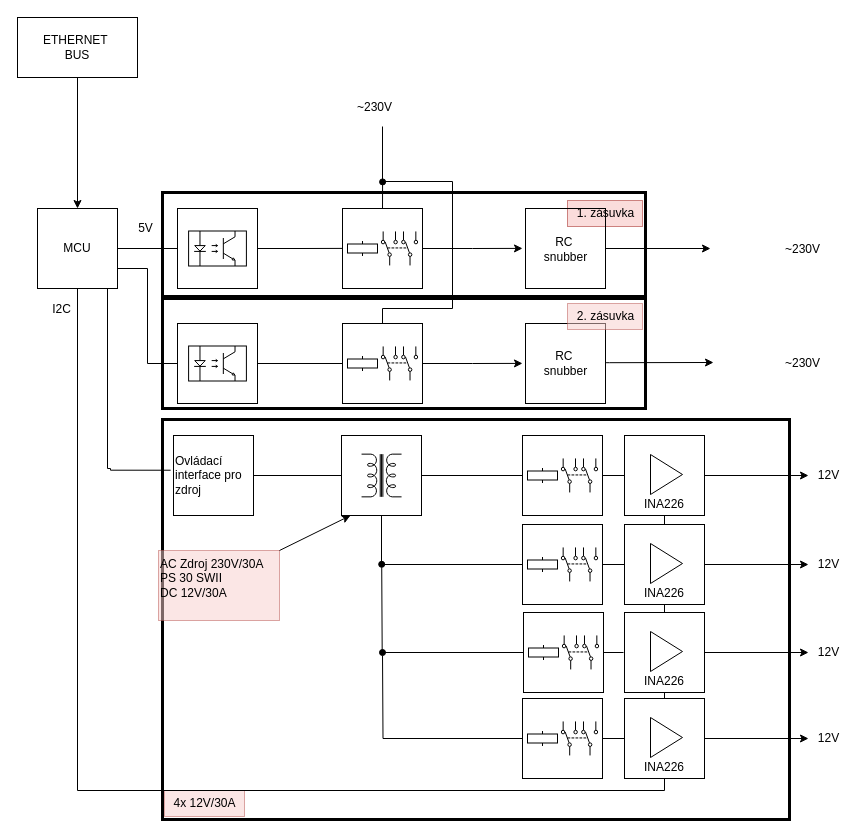
Above: blokove_schema.drawio in AdminTextilka/Bakalarka (draw.io), before the change. Source tidied: cells renumbered, new cells numbered last; positions are measured from the earlier drawing's top-left corner, leaving out a move shared by most shapes. Both pictures are drawn from the tidied source at 100%, with x=0, y=0 at pixel (17, 17).
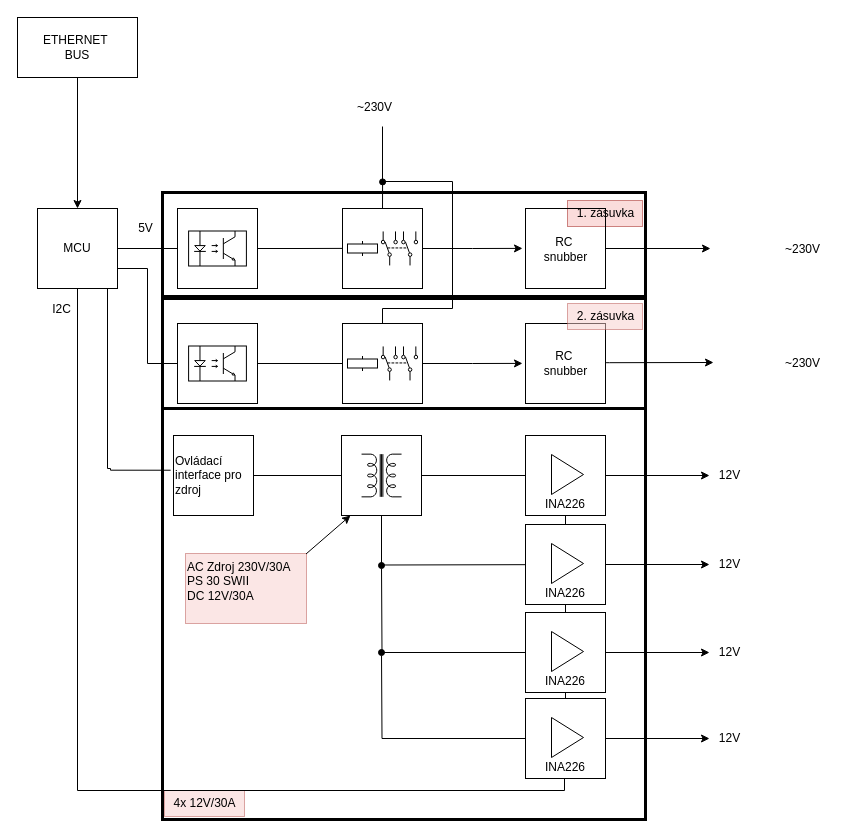
The same diagram, later.

Commit message:
odstranění DC rele

The change refers to these unchanged cells:
```xml
<mxCell id="13" value="MCU" style="whiteSpace=wrap;html=1;" parent="1" vertex="1">
  <mxGeometry x="20" y="191" width="80" height="80" as="geometry" />
</mxCell>
<mxCell id="45" style="whiteSpace=wrap;html=1;" parent="44" vertex="1">
  <mxGeometry width="80" height="80" as="geometry" />
</mxCell>
```

Diff of the diagram source:
```diff
@@
     <mxCell id="31" value="12V" style="text;html=1;align=center;verticalAlign=middle;points=[];strokeColor=none;fillColor=none;" parent="1" vertex="1">
-      <mxGeometry x="791" y="443" width="40" height="30" as="geometry" />
+      <mxGeometry x="692" y="443" width="40" height="30" as="geometry" />
     </mxCell>
@@
     <mxCell id="43" style="rounded=0;whiteSpace=wrap;html=1;fillColor=none;strokeWidth=3;" parent="1" vertex="1">
-      <mxGeometry x="145" y="402" width="627" height="400" as="geometry" />
+      <mxGeometry x="145" y="391" width="483" height="411" as="geometry" />
     </mxCell>
@@
-    <mxCell id="47" style="group;" parent="1" vertex="1">
-      <mxGeometry x="505" y="418" width="80" height="80" as="geometry" />
-    </mxCell>
-    <mxCell id="48" style="whiteSpace=wrap;html=1;" parent="47" vertex="1">
-      <mxGeometry width="80" height="80" as="geometry" />
-    </mxCell>
-    <mxCell id="49" style="verticalLabelPosition=bottom;shadow=0;dashed=0;align=center;html=1;verticalAlign=top;shape=mxgraph.electrical.electro-mechanical.dpdt3;elSwitchState=1;rotation=-90;" parent="47" vertex="1">
-      <mxGeometry x="40" y="21.8" width="34" height="36.3" as="geometry" />
-    </mxCell>
-    <mxCell id="50" style="verticalLabelPosition=bottom;shadow=0;dashed=0;align=center;html=1;verticalAlign=top;shape=mxgraph.electrical.electro-mechanical.relay_coil;" parent="47" vertex="1">
-      <mxGeometry x="5" y="32.5" width="30" height="15" as="geometry" />
-    </mxCell>
-    <mxCell id="51" style="group;" parent="1" vertex="1">
-      <mxGeometry x="505" y="507" width="80" height="80" as="geometry" />
-    </mxCell>
-    <mxCell id="52" style="whiteSpace=wrap;html=1;" parent="51" vertex="1">
-      <mxGeometry width="80" height="80" as="geometry" />
-    </mxCell>
-    <mxCell id="53" style="verticalLabelPosition=bottom;shadow=0;dashed=0;align=center;html=1;verticalAlign=top;shape=mxgraph.electrical.electro-mechanical.dpdt3;elSwitchState=1;rotation=-90;" parent="51" vertex="1">
-      <mxGeometry x="40" y="21.8" width="34" height="36.3" as="geometry" />
-    </mxCell>
-    <mxCell id="54" style="verticalLabelPosition=bottom;shadow=0;dashed=0;align=center;html=1;verticalAlign=top;shape=mxgraph.electrical.electro-mechanical.relay_coil;" parent="51" vertex="1">
-      <mxGeometry x="5" y="32.5" width="30" height="15" as="geometry" />
-    </mxCell>
-    <mxCell id="55" style="group;" parent="1" vertex="1">
-      <mxGeometry x="506" y="595" width="80" height="80" as="geometry" />
-    </mxCell>
-    <mxCell id="56" style="edgeStyle=orthogonalEdgeStyle;rounded=0;jettySize=auto;html=1;endArrow=oval;endFill=1;" parent="55" edge="1" source="58">
-      <mxGeometry relative="1" as="geometry">
-        <mxPoint x="-141.8" y="-48.2" as="targetPoint" />
-      </mxGeometry>
-    </mxCell>
-    <mxCell id="57" style="edgeStyle=orthogonalEdgeStyle;rounded=0;jettySize=auto;html=1;endArrow=none;endFill=0;" parent="55" edge="1" source="58">
-      <mxGeometry relative="1" as="geometry">
-        <mxPoint x="100.4" y="40" as="targetPoint" />
-      </mxGeometry>
-    </mxCell>
-    <mxCell id="58" style="whiteSpace=wrap;html=1;" parent="55" vertex="1">
-      <mxGeometry width="80" height="80" as="geometry" />
-    </mxCell>
-    <mxCell id="59" style="verticalLabelPosition=bottom;shadow=0;dashed=0;align=center;html=1;verticalAlign=top;shape=mxgraph.electrical.electro-mechanical.dpdt3;elSwitchState=1;rotation=-90;" parent="55" vertex="1">
-      <mxGeometry x="40" y="21.8" width="34" height="36.3" as="geometry" />
-    </mxCell>
-    <mxCell id="60" style="verticalLabelPosition=bottom;shadow=0;dashed=0;align=center;html=1;verticalAlign=top;shape=mxgraph.electrical.electro-mechanical.relay_coil;" parent="55" vertex="1">
-      <mxGeometry x="5" y="32.5" width="30" height="15" as="geometry" />
-    </mxCell>
-    <mxCell id="61" style="group;" parent="1" vertex="1">
-      <mxGeometry x="505" y="681" width="80" height="80" as="geometry" />
-    </mxCell>
-    <mxCell id="62" style="edgeStyle=orthogonalEdgeStyle;rounded=0;jettySize=auto;html=1;endArrow=oval;endFill=1;" parent="61" edge="1" source="63">
-      <mxGeometry relative="1" as="geometry">
-        <mxPoint x="-140" y="-46" as="targetPoint" />
-      </mxGeometry>
-    </mxCell>
-    <mxCell id="63" style="whiteSpace=wrap;html=1;" parent="61" vertex="1">
-      <mxGeometry width="80" height="80" as="geometry" />
-    </mxCell>
-    <mxCell id="64" style="verticalLabelPosition=bottom;shadow=0;dashed=0;align=center;html=1;verticalAlign=top;shape=mxgraph.electrical.electro-mechanical.dpdt3;elSwitchState=1;rotation=-90;" parent="61" vertex="1">
-      <mxGeometry x="40" y="21.8" width="34" height="36.3" as="geometry" />
-    </mxCell>
-    <mxCell id="65" style="verticalLabelPosition=bottom;shadow=0;dashed=0;align=center;html=1;verticalAlign=top;shape=mxgraph.electrical.electro-mechanical.relay_coil;" parent="61" vertex="1">
-      <mxGeometry x="5" y="32.5" width="30" height="15" as="geometry" />
-    </mxCell>
     <mxCell id="66" value="12V" style="text;html=1;align=center;verticalAlign=middle;points=[];strokeColor=none;fillColor=none;" parent="1" vertex="1">
-      <mxGeometry x="791" y="532" width="40" height="30" as="geometry" />
+      <mxGeometry x="692" y="532" width="40" height="30" as="geometry" />
     </mxCell>
     <mxCell id="67" value="12V" style="text;html=1;align=center;verticalAlign=middle;points=[];strokeColor=none;fillColor=none;" parent="1" vertex="1">
-      <mxGeometry x="791" y="620" width="40" height="30" as="geometry" />
+      <mxGeometry x="692" y="620" width="40" height="30" as="geometry" />
     </mxCell>
     <mxCell id="68" value="12V" style="text;html=1;align=center;verticalAlign=middle;points=[];strokeColor=none;fillColor=none;" parent="1" vertex="1">
-      <mxGeometry x="791" y="706" width="40" height="30" as="geometry" />
+      <mxGeometry x="692" y="706" width="40" height="30" as="geometry" />
     </mxCell>
@@
     <mxCell id="71" value="AC Zdroj 230V/30A&lt;br&gt;PS 30 SWII&lt;br&gt;DC 12V&lt;span style=&quot;background-color: initial;&quot;&gt;/30A&lt;/span&gt;&lt;div&gt;&lt;div&gt;&lt;br&gt;&lt;/div&gt;&lt;/div&gt;" style="text;html=1;align=left;verticalAlign=middle;points=[];strokeColor=#b85450;fillColor=#f8cecc;opacity=50;" parent="1" vertex="1">
-      <mxGeometry x="141" y="533" width="121" height="70" as="geometry" />
+      <mxGeometry x="168" y="536" width="121" height="70" as="geometry" />
     </mxCell>
-    <mxCell id="72" style="endArrow=classic;html=1;rounded=0;" parent="1" edge="1">
+    <mxCell id="72" style="endArrow=classic;html=1;rounded=0;exitX=0.996;exitY=0.007;exitDx=0;exitDy=0;exitPerimeter=0;" parent="1" edge="1" source="71">
       <mxGeometry relative="1" as="geometry">
-        <mxPoint x="262" y="533" as="sourcePoint" />
         <mxPoint x="333" y="498" as="targetPoint" />
       </mxGeometry>
     </mxCell>
@@
-    <mxCell id="75" style="edgeStyle=orthogonalEdgeStyle;rounded=0;jettySize=auto;html=1;endArrow=none;endFill=0;entryX=0;entryY=0.5;entryDx=0;entryDy=0;" parent="1" edge="1" source="45" target="48">
-      <mxGeometry relative="1" as="geometry" />
+    <mxCell id="75" style="edgeStyle=orthogonalEdgeStyle;rounded=0;jettySize=auto;html=1;endArrow=none;endFill=0;" parent="1" edge="1" source="45">
+      <mxGeometry relative="1" as="geometry">
+        <mxPoint x="587" y="458" as="targetPoint" />
+      </mxGeometry>
     </mxCell>
-    <mxCell id="76" style="edgeStyle=orthogonalEdgeStyle;rounded=0;jettySize=auto;html=1;entryX=0.5;entryY=1;entryDx=0;entryDy=0;endArrow=none;endFill=0;" parent="1" edge="1" source="52" target="45">
-      <mxGeometry relative="1" as="geometry" />
+    <mxCell id="76" style="edgeStyle=orthogonalEdgeStyle;rounded=0;jettySize=auto;html=1;entryX=0.5;entryY=1;entryDx=0;entryDy=0;endArrow=none;endFill=0;" parent="1" edge="1" target="45">
+      <mxGeometry relative="1" as="geometry">
+        <mxPoint x="586" y="547" as="sourcePoint" />
+      </mxGeometry>
     </mxCell>
@@
     <mxCell id="79" value="&lt;br&gt;&lt;br&gt;&lt;br&gt;&lt;br&gt;INA226" style="whiteSpace=wrap;html=1;" parent="1" vertex="1">
-      <mxGeometry x="607" y="418" width="80" height="80" as="geometry" />
+      <mxGeometry x="508" y="418" width="80" height="80" as="geometry" />
     </mxCell>
     <mxCell id="80" style="triangle;whiteSpace=wrap;html=1;" parent="1" vertex="1">
-      <mxGeometry x="633" y="437" width="32" height="40" as="geometry" />
+      <mxGeometry x="534" y="437" width="32" height="40" as="geometry" />
     </mxCell>
@@
     <mxCell id="83" value="&lt;br&gt;&lt;br&gt;&lt;br&gt;&lt;br&gt;INA226" style="whiteSpace=wrap;html=1;" parent="1" vertex="1">
-      <mxGeometry x="607" y="507" width="80" height="80" as="geometry" />
+      <mxGeometry x="508" y="507" width="80" height="80" as="geometry" />
     </mxCell>
     <mxCell id="84" style="triangle;whiteSpace=wrap;html=1;" parent="1" vertex="1">
-      <mxGeometry x="633" y="526" width="32" height="40" as="geometry" />
+      <mxGeometry x="534" y="526" width="32" height="40" as="geometry" />
     </mxCell>
@@
+    <mxCell id="96" style="edgeStyle=orthogonalEdgeStyle;rounded=0;jettySize=auto;html=1;endArrow=oval;endFill=1;" parent="1" edge="1" source="87">
+      <mxGeometry relative="1" as="geometry">
+        <mxPoint x="364" y="548" as="targetPoint" />
+      </mxGeometry>
+    </mxCell>
     <mxCell id="87" value="&lt;br&gt;&lt;br&gt;&lt;br&gt;&lt;br&gt;INA226" style="whiteSpace=wrap;html=1;" parent="1" vertex="1">
-      <mxGeometry x="607" y="595" width="80" height="80" as="geometry" />
+      <mxGeometry x="508" y="595" width="80" height="80" as="geometry" />
     </mxCell>
     <mxCell id="88" style="triangle;whiteSpace=wrap;html=1;" parent="1" vertex="1">
-      <mxGeometry x="633" y="614" width="32" height="40" as="geometry" />
+      <mxGeometry x="534" y="614" width="32" height="40" as="geometry" />
     </mxCell>
     <mxCell id="89" style="edgeStyle=orthogonalEdgeStyle;rounded=0;jettySize=auto;html=1;entryX=0.5;entryY=1;entryDx=0;entryDy=0;endArrow=none;endFill=0;exitX=0.5;exitY=1;exitDx=0;exitDy=0;" parent="1" edge="1" source="91" target="13">
       <mxGeometry relative="1" as="geometry">
         <Array as="points">
-          <mxPoint x="647" y="773" />
+          <mxPoint x="547" y="761" />
+          <mxPoint x="547" y="773" />
           <mxPoint x="60" y="773" />
         </Array>
       </mxGeometry>
     </mxCell>
@@
+    <mxCell id="97" style="edgeStyle=orthogonalEdgeStyle;rounded=0;jettySize=auto;html=1;endArrow=oval;endFill=1;" parent="1" edge="1" source="91">
+      <mxGeometry relative="1" as="geometry">
+        <mxPoint x="364" y="635" as="targetPoint" />
+      </mxGeometry>
+    </mxCell>
     <mxCell id="91" value="&lt;br&gt;&lt;br&gt;&lt;br&gt;&lt;br&gt;INA226" style="whiteSpace=wrap;html=1;" parent="1" vertex="1">
-      <mxGeometry x="607" y="681" width="80" height="80" as="geometry" />
+      <mxGeometry x="508" y="681" width="80" height="80" as="geometry" />
     </mxCell>
     <mxCell id="92" style="triangle;whiteSpace=wrap;html=1;" parent="1" vertex="1">
-      <mxGeometry x="633" y="700" width="32" height="40" as="geometry" />
+      <mxGeometry x="534" y="700" width="32" height="40" as="geometry" />
     </mxCell>
-    <mxCell id="93" style="edgeStyle=orthogonalEdgeStyle;rounded=0;jettySize=auto;html=1;entryX=0;entryY=0.5;entryDx=0;entryDy=0;endArrow=none;endFill=0;" parent="1" edge="1" source="48" target="79">
-      <mxGeometry relative="1" as="geometry" />
-    </mxCell>
-    <mxCell id="94" style="edgeStyle=orthogonalEdgeStyle;rounded=0;jettySize=auto;html=1;entryX=0;entryY=0.5;entryDx=0;entryDy=0;endArrow=none;endFill=0;" parent="1" edge="1" source="52" target="83">
-      <mxGeometry relative="1" as="geometry" />
-    </mxCell>
-    <mxCell id="95" style="edgeStyle=orthogonalEdgeStyle;rounded=0;jettySize=auto;html=1;entryX=0;entryY=0.5;entryDx=0;entryDy=0;endArrow=none;endFill=0;" parent="1" edge="1" source="63" target="91">
-      <mxGeometry relative="1" as="geometry" />
-    </mxCell>
```
